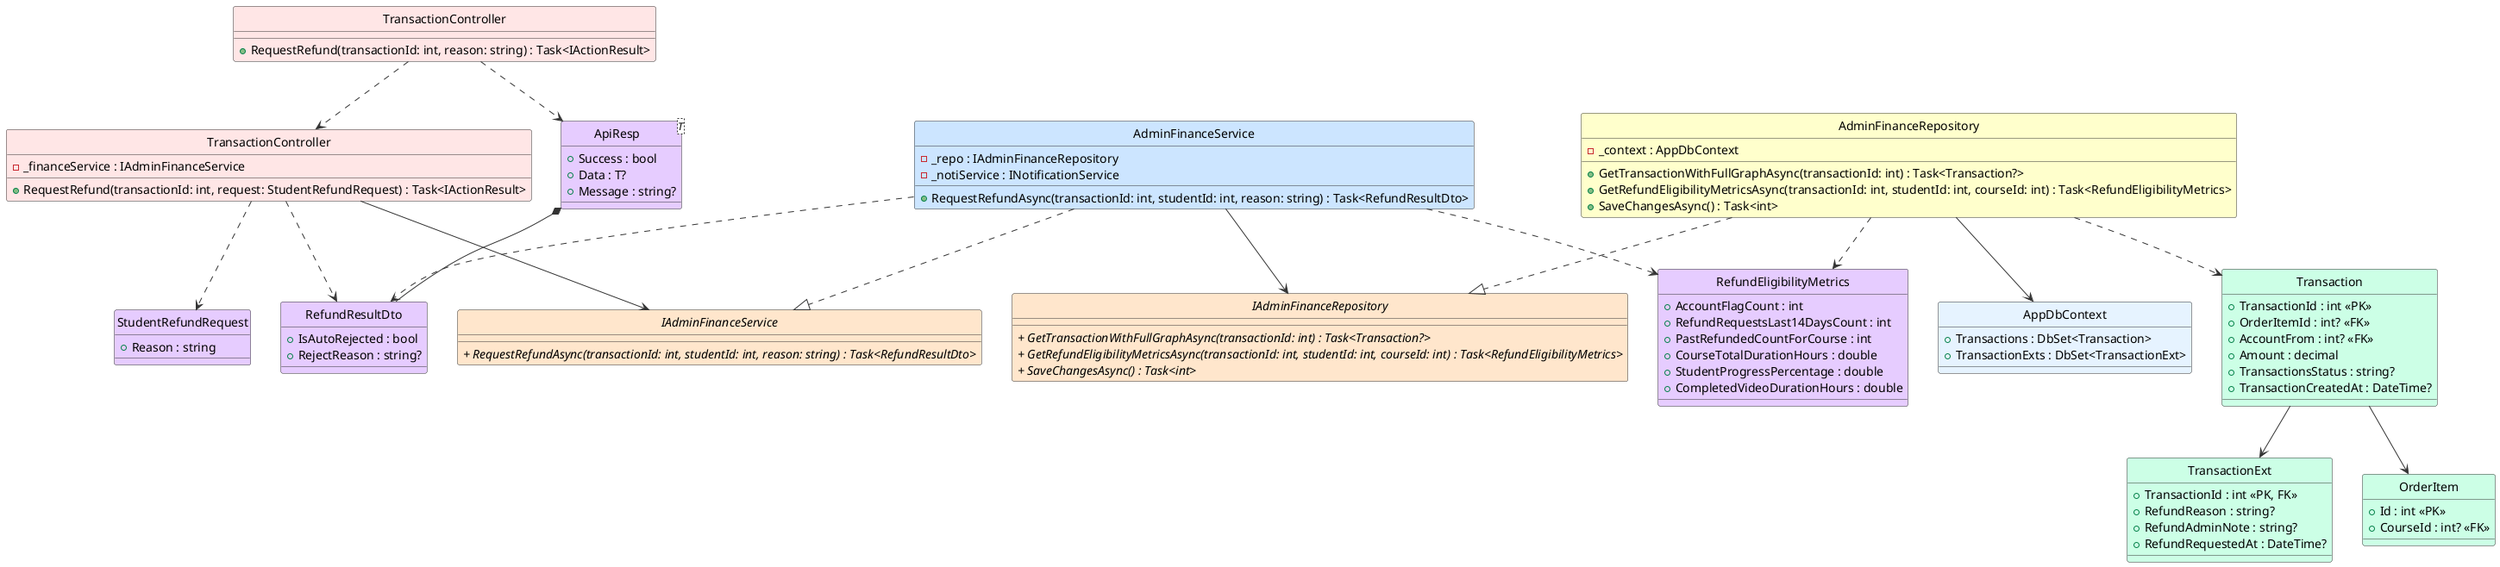
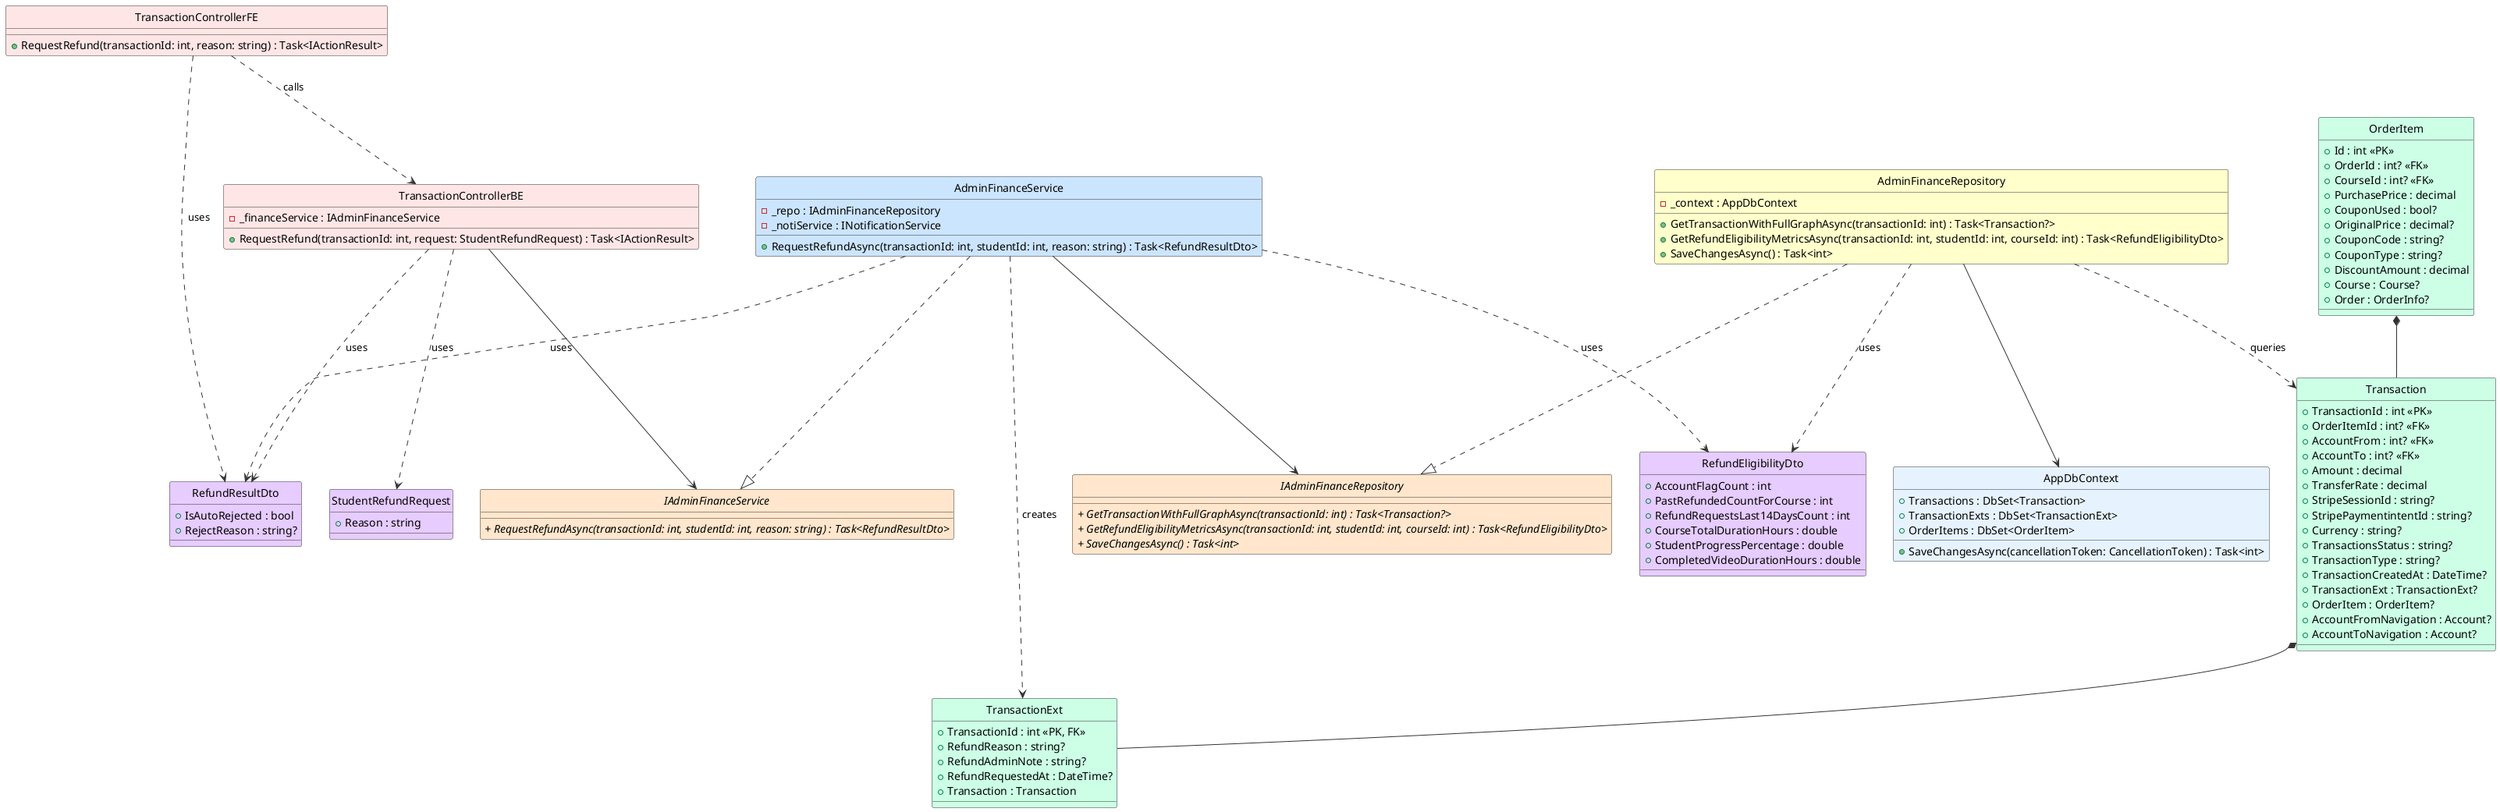
@startuml RequestRefund_ClassDiagram

' Styling & Settings
skinparam style strictuml
skinparam shadowing false
skinparam class {
    BackgroundColor White
    BorderColor #1A73E8
    ArrowColor #5F6368
}

!define ABSTRACT_COLOR #FFE6CC
!define SERVICE_COLOR #CCE5FF
!define DTO_COLOR #E6CCFF
!define ENTITY_COLOR #CCFFE6
!define REPOSITORY_COLOR #FFFFCC
!define CONTROLLER_COLOR #FFE6E6
- !define DbContext #E6F3FF

skinparam backgroundColor #FFFFFF
skinparam classBackgroundColor #F9F9F9
skinparam classBorderColor #333333
skinparam arrowColor #333333

' ==================== FRONTEND ====================

- class "TransactionController" as TransactionControllerFE #FFE6E6 {
+ class TransactionControllerFE #FFE6E6 {
    + RequestRefund(transactionId: int, reason: string) : Task<IActionResult>
- }
- 
- class "ApiResp<T>" as ApiResp #E6CCFF {
-     + Success : bool
-     + Data : T?
-     + Message : string?
}

class RefundResultDto #E6CCFF {
    + IsAutoRejected : bool
    + RejectReason : string?
}

' ==================== BACKEND - CONTROLLER ====================

- class "TransactionController" as TransactionControllerBE #FFE6E6 {
+ class TransactionControllerBE #FFE6E6 {
    - _financeService : IAdminFinanceService
    + RequestRefund(transactionId: int, request: StudentRefundRequest) : Task<IActionResult>
}

' ==================== BACKEND - DTOs ====================

class StudentRefundRequest #E6CCFF {
    + Reason : string
}

- class RefundEligibilityMetrics #E6CCFF {
+ class RefundEligibilityDto #E6CCFF {
    + AccountFlagCount : int
+     + PastRefundedCountForCourse : int
    + RefundRequestsLast14DaysCount : int
-     + PastRefundedCountForCourse : int
    + CourseTotalDurationHours : double
    + StudentProgressPercentage : double
    + CompletedVideoDurationHours : double
}

' ==================== BACKEND - DOMAIN ENTITIES ====================

class Transaction #CCFFE6 {
    + TransactionId : int <<PK>>
    + OrderItemId : int? <<FK>>
    + AccountFrom : int? <<FK>>
+     + AccountTo : int? <<FK>>
    + Amount : decimal
+     + TransferRate : decimal
+     + StripeSessionId : string?
+     + StripePaymentintentId : string?
+     + Currency : string?
    + TransactionsStatus : string?
+     + TransactionType : string?
    + TransactionCreatedAt : DateTime?
+     + TransactionExt : TransactionExt?
+     + OrderItem : OrderItem?
+     + AccountFromNavigation : Account?
+     + AccountToNavigation : Account?
}

class TransactionExt #CCFFE6 {
    + TransactionId : int <<PK, FK>>
    + RefundReason : string?
    + RefundAdminNote : string?
    + RefundRequestedAt : DateTime?
+     + Transaction : Transaction
}

class OrderItem #CCFFE6 {
    + Id : int <<PK>>
+     + OrderId : int? <<FK>>
    + CourseId : int? <<FK>>
+     + PurchasePrice : decimal
+     + CouponUsed : bool?
+     + OriginalPrice : decimal?
+     + CouponCode : string?
+     + CouponType : string?
+     + DiscountAmount : decimal
+     + Course : Course?
+     + Order : OrderInfo?
}

' ==================== BACKEND - SERVICE INTERFACES ====================

interface IAdminFinanceService #FFE6CC {
    //+ RequestRefundAsync(transactionId: int, studentId: int, reason: string) : Task<RefundResultDto>//
}

' ==================== BACKEND - REPOSITORY INTERFACES ====================

interface IAdminFinanceRepository #FFE6CC {
    //+ GetTransactionWithFullGraphAsync(transactionId: int) : Task<Transaction?>//
-     //+ GetRefundEligibilityMetricsAsync(transactionId: int, studentId: int, courseId: int) : Task<RefundEligibilityMetrics>//
+     //+ GetRefundEligibilityMetricsAsync(transactionId: int, studentId: int, courseId: int) : Task<RefundEligibilityDto>//
    //+ SaveChangesAsync() : Task<int>//
}

' ==================== BACKEND - SERVICE IMPLEMENTATION ====================

class AdminFinanceService #CCE5FF {
    - _repo : IAdminFinanceRepository
    - _notiService : INotificationService
    + RequestRefundAsync(transactionId: int, studentId: int, reason: string) : Task<RefundResultDto>
}

' ==================== BACKEND - REPOSITORY IMPLEMENTATION ====================

class AdminFinanceRepository #FFFFCC {
    - _context : AppDbContext
    + GetTransactionWithFullGraphAsync(transactionId: int) : Task<Transaction?>
-     + GetRefundEligibilityMetricsAsync(transactionId: int, studentId: int, courseId: int) : Task<RefundEligibilityMetrics>
+     + GetRefundEligibilityMetricsAsync(transactionId: int, studentId: int, courseId: int) : Task<RefundEligibilityDto>
    + SaveChangesAsync() : Task<int>
}

' ==================== BACKEND - DbContext ====================

class AppDbContext #E6F3FF {
    + Transactions : DbSet<Transaction>
    + TransactionExts : DbSet<TransactionExt>
+     + OrderItems : DbSet<OrderItem>
+     + SaveChangesAsync(cancellationToken: CancellationToken) : Task<int>
}

' ==================== RELATIONSHIPS ====================

- ' === UNIDIRECTIONAL ASSOCIATION ===
+ ' === COMPOSITION (filled diamond) ===
+ OrderItem *-- Transaction
+ Transaction *-- TransactionExt
+ 
+ ' === UNIDIRECTIONAL ASSOCIATION (solid arrow) ===
+ TransactionControllerFE ..> TransactionControllerBE : calls
TransactionControllerBE --> IAdminFinanceService
AdminFinanceService --> IAdminFinanceRepository
AdminFinanceRepository --> AppDbContext
- Transaction --> TransactionExt
- Transaction --> OrderItem

' === INTERFACE REALIZATION ===
AdminFinanceService ..|> IAdminFinanceService
AdminFinanceRepository ..|> IAdminFinanceRepository

- ' === DEPENDENCY ===
- TransactionControllerFE ..> TransactionControllerBE
- TransactionControllerFE ..> ApiResp
- ApiResp *-- RefundResultDto
- TransactionControllerBE ..> StudentRefundRequest
- TransactionControllerBE ..> RefundResultDto
- AdminFinanceService ..> RefundResultDto
- AdminFinanceService ..> RefundEligibilityMetrics
- AdminFinanceRepository ..> RefundEligibilityMetrics
- AdminFinanceRepository ..> Transaction
+ ' === DEPENDENCY (dashed arrows) ===
+ TransactionControllerFE ..> RefundResultDto : uses
+ TransactionControllerBE ..> StudentRefundRequest : uses
+ TransactionControllerBE ..> RefundResultDto : uses
+ AdminFinanceService ..> RefundResultDto : uses
+ AdminFinanceService ..> RefundEligibilityDto : uses
+ AdminFinanceService ..> TransactionExt : creates
+ AdminFinanceRepository ..> RefundEligibilityDto : uses
+ AdminFinanceRepository ..> Transaction : queries

@enduml
